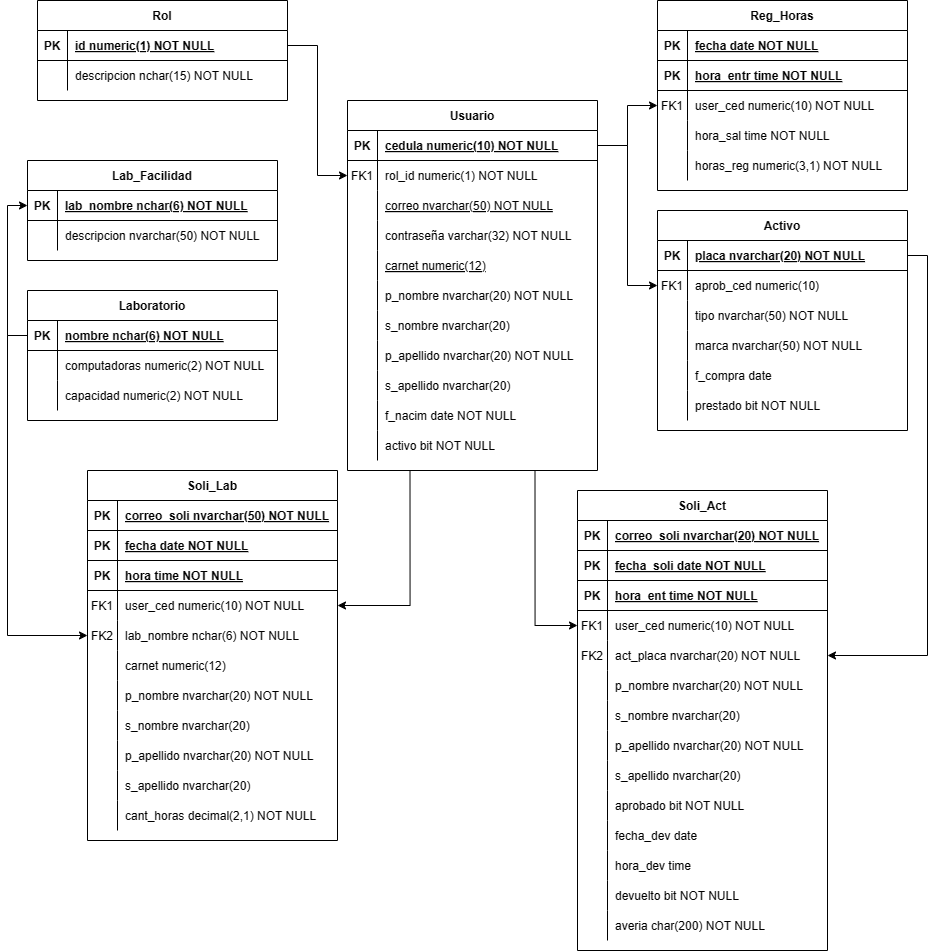
Earlier version of the draw.io export Diagramas/Diagrama Relacional.png (ItsRichard7/OperaCE). Source tidied: cells renumbered, new cells last; positions are measured from the earlier drawing's top-left corner, leaving out a move shared by most shapes.
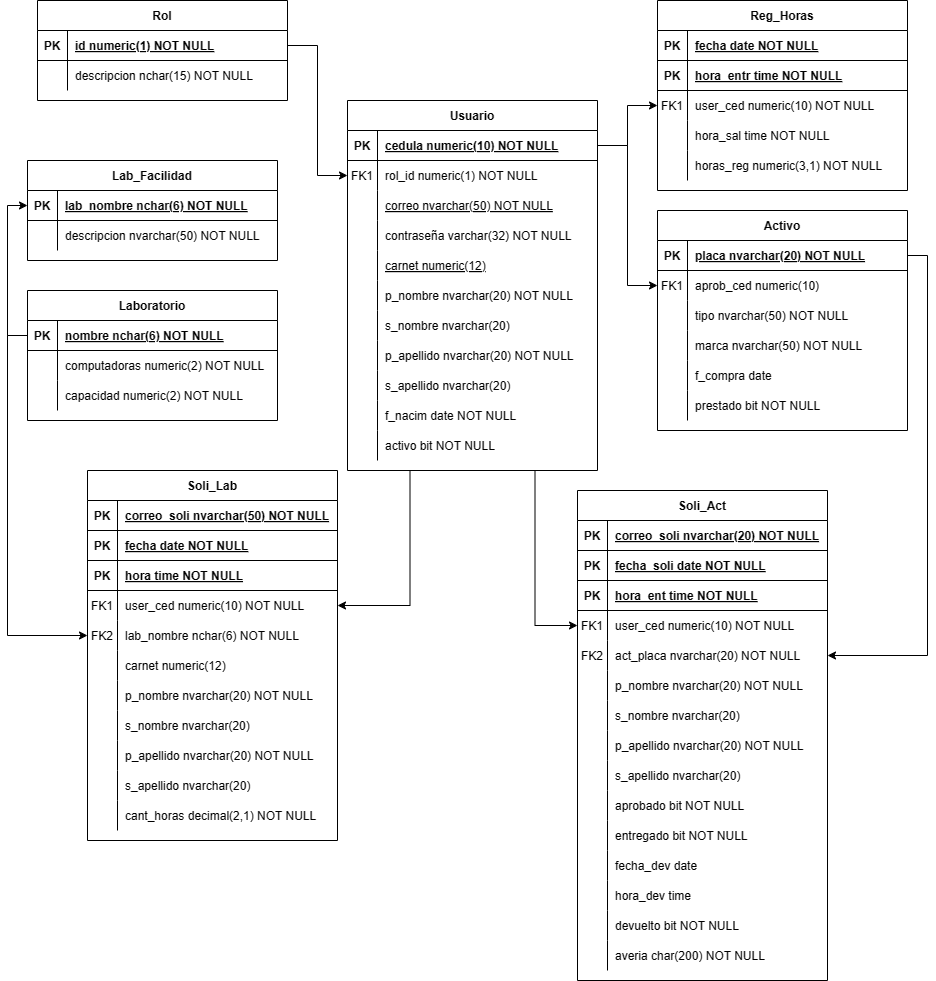
The same file after the commit.

Commit message:
Cambio Flag y Tamaño Nombre

What changed in the source:
```diff
@@ -282,7 +282,7 @@
       <mxGeometry x="30" width="220" height="30" as="geometry" />
     </mxCell>
     <mxCell id="95" value="Soli_Act" style="shape=table;startSize=30;rowLines=0;fontStyle=1;align=center;" parent="1" vertex="1">
-      <mxGeometry x="550" y="490" width="250" height="460" as="geometry" />
+      <mxGeometry x="550" y="490" width="250" height="490" as="geometry" />
     </mxCell>
     <mxCell id="96" style="shape=partialRectangle;fillColor=none;top=0;left=0;right=0;bottom=1;" parent="95" vertex="1">
       <mxGeometry y="30" width="250" height="30" as="geometry" />
@@ -374,8 +374,17 @@
     <mxCell id="125" value="aprobado bit NOT NULL" style="shape=partialRectangle;overflow=hidden;fillColor=none;top=0;left=0;bottom=0;right=0;align=left;spacingLeft=6;" parent="123" vertex="1">
       <mxGeometry x="30" width="220" height="30" as="geometry" />
     </mxCell>
+    <mxCell id="180" style="shape=partialRectangle;fillColor=none;top=0;left=0;right=0;bottom=0;" parent="95" vertex="1">
+      <mxGeometry y="330" width="250" height="30" as="geometry" />
+    </mxCell>
+    <mxCell id="181" style="shape=partialRectangle;overflow=hidden;fillColor=none;top=0;left=0;bottom=0;right=0;" parent="180" vertex="1">
+      <mxGeometry width="30" height="30" as="geometry" />
+    </mxCell>
+    <mxCell id="182" value="entregado bit NOT NULL" style="shape=partialRectangle;overflow=hidden;fillColor=none;top=0;left=0;bottom=0;right=0;align=left;spacingLeft=6;" parent="180" vertex="1">
+      <mxGeometry x="30" width="220" height="30" as="geometry" />
+    </mxCell>
     <mxCell id="126" style="shape=partialRectangle;fillColor=none;top=0;left=0;right=0;bottom=0;" parent="95" vertex="1">
-      <mxGeometry y="330" width="250" height="30" as="geometry" />
+      <mxGeometry y="360" width="250" height="30" as="geometry" />
     </mxCell>
     <mxCell id="127" style="shape=partialRectangle;overflow=hidden;fillColor=none;top=0;left=0;bottom=0;right=0;" parent="126" vertex="1">
       <mxGeometry width="30" height="30" as="geometry" />
@@ -384,7 +393,7 @@
       <mxGeometry x="30" width="220" height="30" as="geometry" />
     </mxCell>
     <mxCell id="129" style="shape=partialRectangle;fillColor=none;top=0;left=0;right=0;bottom=0;" parent="95" vertex="1">
-      <mxGeometry y="360" width="250" height="30" as="geometry" />
+      <mxGeometry y="390" width="250" height="30" as="geometry" />
     </mxCell>
     <mxCell id="130" style="shape=partialRectangle;overflow=hidden;fillColor=none;top=0;left=0;bottom=0;right=0;" parent="129" vertex="1">
       <mxGeometry width="30" height="30" as="geometry" />
@@ -393,7 +402,7 @@
       <mxGeometry x="30" width="220" height="30" as="geometry" />
     </mxCell>
     <mxCell id="132" style="shape=partialRectangle;fillColor=none;top=0;left=0;right=0;bottom=0;" parent="95" vertex="1">
-      <mxGeometry y="390" width="250" height="30" as="geometry" />
+      <mxGeometry y="420" width="250" height="30" as="geometry" />
     </mxCell>
     <mxCell id="133" style="shape=partialRectangle;overflow=hidden;fillColor=none;top=0;left=0;bottom=0;right=0;" parent="132" vertex="1">
       <mxGeometry width="30" height="30" as="geometry" />
@@ -402,7 +411,7 @@
       <mxGeometry x="30" width="220" height="30" as="geometry" />
     </mxCell>
     <mxCell id="135" style="shape=partialRectangle;fillColor=none;top=0;left=0;right=0;bottom=0;" parent="95" vertex="1">
-      <mxGeometry y="420" width="250" height="30" as="geometry" />
+      <mxGeometry y="450" width="250" height="30" as="geometry" />
     </mxCell>
     <mxCell id="136" style="shape=partialRectangle;overflow=hidden;fillColor=none;top=0;left=0;bottom=0;right=0;" parent="135" vertex="1">
       <mxGeometry width="30" height="30" as="geometry" />
```
